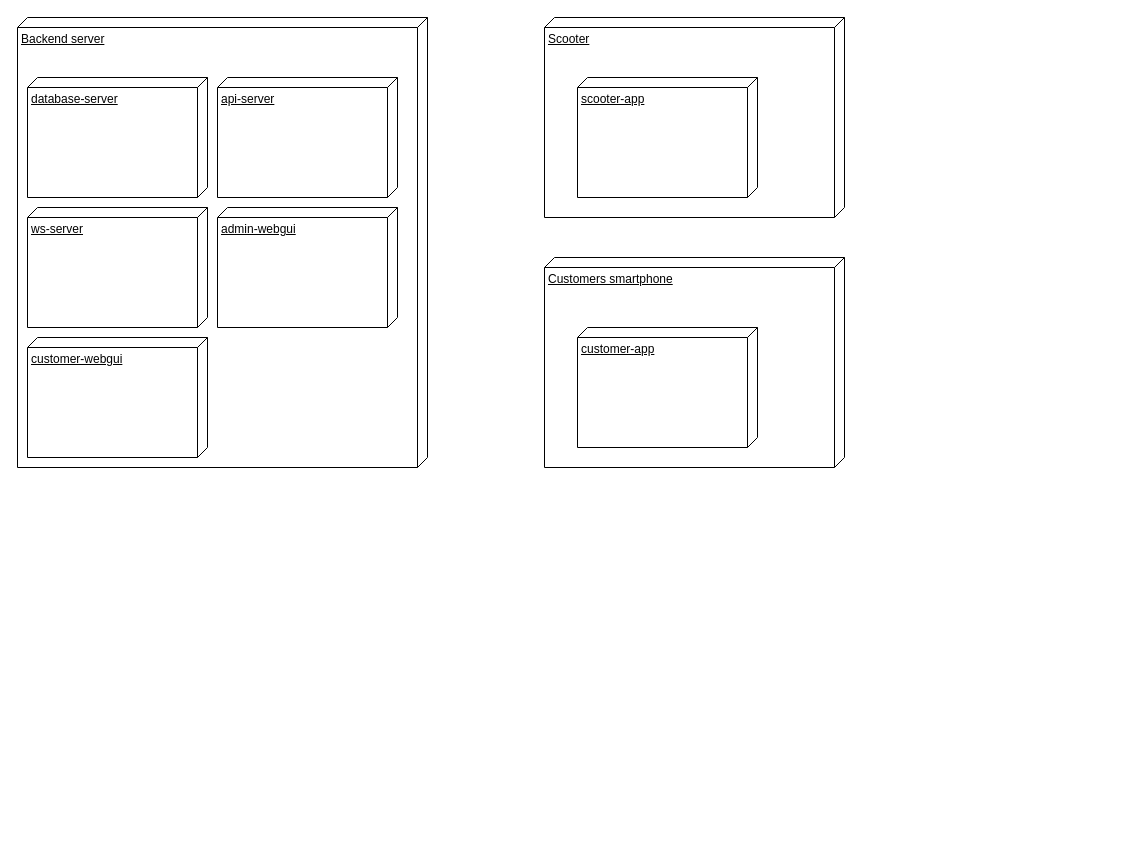
best-scooter/sds keeps this draw.io diagram as deployment-diagram.drawio. Above is the earlier version. Source tidied: cells renumbered, new cells numbered last; positions are measured from the earlier drawing's top-left corner, leaving out a move shared by most shapes. Both pictures are drawn from the tidied source at 100%, with x=0, y=0 at pixel (17, 17).
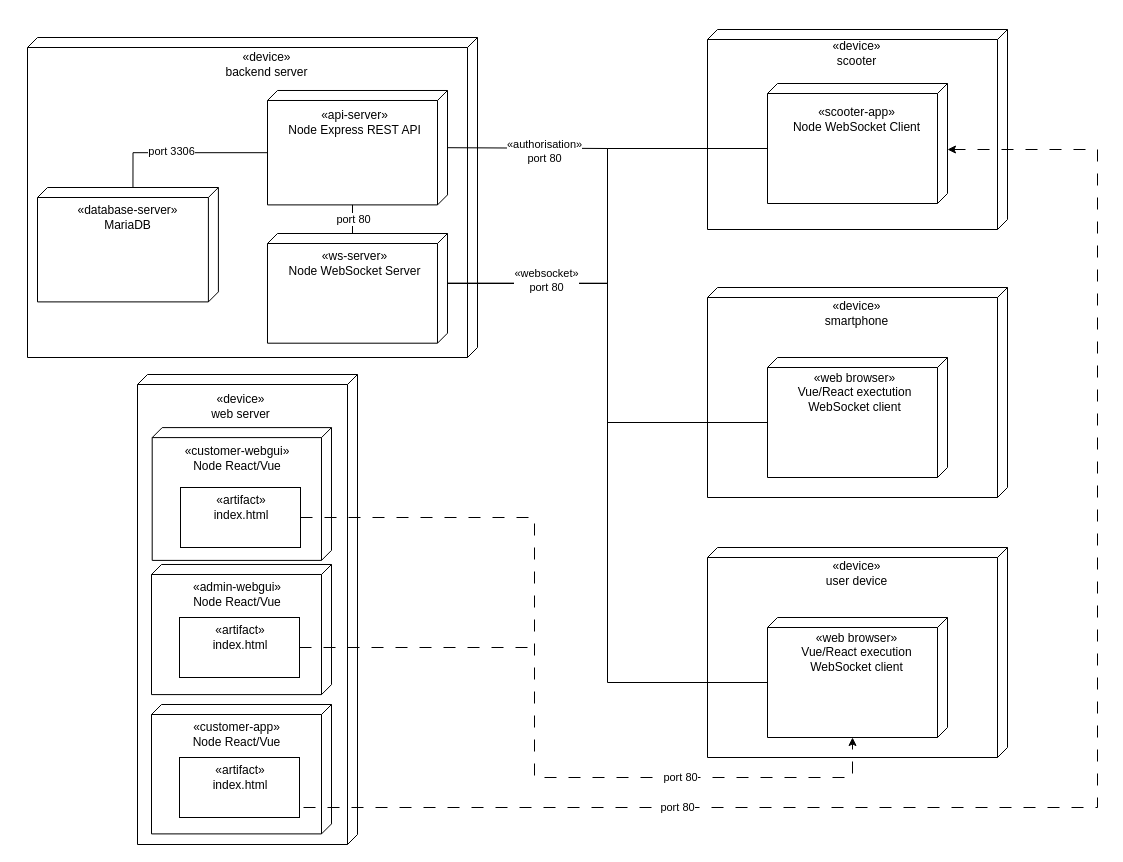
The same diagram, later.

The edit, as a diff of the source:
```diff
@@
-    <mxCell id="2" value="Backend server" style="verticalAlign=top;align=left;spacingTop=8;spacingLeft=2;spacingRight=12;shape=cube;size=10;direction=south;fontStyle=4;html=1;whiteSpace=wrap;" parent="1" vertex="1">
-      <mxGeometry width="410" height="450" as="geometry" />
-    </mxCell>
-    <mxCell id="3" value="Scooter" style="verticalAlign=top;align=left;spacingTop=8;spacingLeft=2;spacingRight=12;shape=cube;size=10;direction=south;fontStyle=4;html=1;whiteSpace=wrap;" parent="1" vertex="1">
-      <mxGeometry x="527" width="300" height="200" as="geometry" />
+    <mxCell id="3" style="verticalAlign=top;align=left;spacingTop=8;spacingLeft=2;spacingRight=12;shape=cube;size=10;direction=south;fontStyle=4;html=1;whiteSpace=wrap;" parent="1" vertex="1">
+      <mxGeometry x="690" y="12" width="300" height="200" as="geometry" />
     </mxCell>
-    <mxCell id="4" value="Customers smartphone" style="verticalAlign=top;align=left;spacingTop=8;spacingLeft=2;spacingRight=12;shape=cube;size=10;direction=south;fontStyle=4;html=1;whiteSpace=wrap;" parent="1" vertex="1">
-      <mxGeometry x="527" y="240" width="300" height="210" as="geometry" />
+    <mxCell id="4" style="verticalAlign=top;align=left;spacingTop=8;spacingLeft=2;spacingRight=12;shape=cube;size=10;direction=south;fontStyle=4;html=1;whiteSpace=wrap;" parent="1" vertex="1">
+      <mxGeometry x="690" y="270" width="300" height="210" as="geometry" />
     </mxCell>
-    <mxCell id="5" value="scooter-app" style="verticalAlign=top;align=left;spacingTop=8;spacingLeft=2;spacingRight=12;shape=cube;size=10;direction=south;fontStyle=4;html=1;whiteSpace=wrap;" parent="1" vertex="1">
-      <mxGeometry x="560" y="60" width="180" height="120" as="geometry" />
+    <mxCell id="5" style="verticalAlign=top;align=left;spacingTop=8;spacingLeft=2;spacingRight=12;shape=cube;size=10;direction=south;fontStyle=4;html=1;whiteSpace=wrap;" parent="1" vertex="1">
+      <mxGeometry x="750" y="66" width="180" height="120" as="geometry" />
     </mxCell>
-    <mxCell id="6" value="customer-app" style="verticalAlign=top;align=left;spacingTop=8;spacingLeft=2;spacingRight=12;shape=cube;size=10;direction=south;fontStyle=4;html=1;whiteSpace=wrap;" parent="1" vertex="1">
-      <mxGeometry x="560" y="310" width="180" height="120" as="geometry" />
+    <mxCell id="6" style="verticalAlign=top;align=left;spacingTop=8;spacingLeft=2;spacingRight=12;shape=cube;size=10;direction=south;fontStyle=4;html=1;whiteSpace=wrap;" parent="1" vertex="1">
+      <mxGeometry x="750" y="340" width="180" height="120" as="geometry" />
     </mxCell>
+    <mxCell id="12" style="group;" parent="1" vertex="1">
+      <mxGeometry x="120" y="367" width="480" height="460" as="geometry" />
+    </mxCell>
+    <mxCell id="13" style="group;" parent="12" vertex="1">
+      <mxGeometry y="-10" width="237.3" height="470" as="geometry" />
+    </mxCell>
+    <mxCell id="14" style="verticalAlign=top;align=left;spacingTop=8;spacingLeft=2;spacingRight=12;shape=cube;size=10;direction=south;fontStyle=4;html=1;whiteSpace=wrap;" parent="13" vertex="1">
+      <mxGeometry width="220" height="470" as="geometry" />
+    </mxCell>
+    <mxCell id="15" style="verticalAlign=top;align=left;spacingTop=8;spacingLeft=2;spacingRight=12;shape=cube;size=10;direction=south;fontStyle=4;html=1;whiteSpace=wrap;" parent="13" vertex="1">
+      <mxGeometry x="14.7" y="53.1" width="179.3" height="132.8" as="geometry" />
+    </mxCell>
+    <mxCell id="16" value="«device»&lt;div&gt;web server&lt;/div&gt;" style="text;html=1;strokeColor=none;fillColor=none;align=center;verticalAlign=middle;whiteSpace=wrap;rounded=0;" parent="13" vertex="1">
+      <mxGeometry x="25.8" y="10" width="155.1" height="43.1" as="geometry" />
+    </mxCell>
+    <mxCell id="17" style="group;" parent="13" vertex="1">
+      <mxGeometry x="7.3" y="283.1" width="230" height="172.5" as="geometry" />
+    </mxCell>
+    <mxCell id="18" style="verticalAlign=top;align=left;spacingTop=8;spacingLeft=2;spacingRight=12;shape=cube;size=10;direction=south;fontStyle=4;html=1;whiteSpace=wrap;" parent="13" vertex="1">
+      <mxGeometry x="14" y="330" width="180" height="129.4" as="geometry" />
+    </mxCell>
+    <mxCell id="19" value="«customer-app»&lt;div&gt;Node React/Vue&lt;br&gt;&lt;/div&gt;" style="text;html=1;strokeColor=none;fillColor=none;align=center;verticalAlign=middle;whiteSpace=wrap;rounded=0;" parent="13" vertex="1">
+      <mxGeometry x="22.4" y="340" width="155.1" height="40" as="geometry" />
+    </mxCell>
+    <mxCell id="20" style="verticalAlign=top;align=left;spacingTop=8;spacingLeft=2;spacingRight=12;shape=cube;size=10;direction=south;fontStyle=4;html=1;whiteSpace=wrap;" parent="13" vertex="1">
+      <mxGeometry x="14" y="190" width="180" height="130.1" as="geometry" />
+    </mxCell>
+    <mxCell id="21" value="«admin-webgui»&lt;div&gt;Node React/Vue&lt;br&gt;&lt;/div&gt;" style="text;html=1;strokeColor=none;fillColor=none;align=center;verticalAlign=middle;whiteSpace=wrap;rounded=0;" parent="13" vertex="1">
+      <mxGeometry x="36.3" y="200" width="128.1" height="40" as="geometry" />
+    </mxCell>
+    <mxCell id="22" value="«customer-webgui»&lt;div&gt;Node React/Vue&lt;br&gt;&lt;/div&gt;" style="text;html=1;strokeColor=none;fillColor=none;align=center;verticalAlign=middle;whiteSpace=wrap;rounded=0;" parent="13" vertex="1">
+      <mxGeometry x="31.8" y="64" width="136.4" height="40" as="geometry" />
+    </mxCell>
+    <mxCell id="23" style="rounded=0;whiteSpace=wrap;html=1;" parent="13" vertex="1">
+      <mxGeometry x="43" y="113" width="120" height="60" as="geometry" />
+    </mxCell>
+    <mxCell id="24" value="«artifact»&lt;div&gt;index.html&lt;br&gt;&lt;/div&gt;" style="text;html=1;strokeColor=none;fillColor=none;align=center;verticalAlign=middle;whiteSpace=wrap;rounded=0;" parent="13" vertex="1">
+      <mxGeometry x="35.8" y="113" width="136.4" height="40" as="geometry" />
+    </mxCell>
+    <mxCell id="25" style="rounded=0;whiteSpace=wrap;html=1;" parent="13" vertex="1">
+      <mxGeometry x="42" y="243" width="120" height="60" as="geometry" />
+    </mxCell>
+    <mxCell id="26" value="«artifact»&lt;div&gt;index.html&lt;br&gt;&lt;/div&gt;" style="text;html=1;strokeColor=none;fillColor=none;align=center;verticalAlign=middle;whiteSpace=wrap;rounded=0;" parent="13" vertex="1">
+      <mxGeometry x="34.8" y="243" width="136.4" height="40" as="geometry" />
+    </mxCell>
+    <mxCell id="27" style="rounded=0;whiteSpace=wrap;html=1;" parent="13" vertex="1">
+      <mxGeometry x="42" y="383" width="120" height="60" as="geometry" />
+    </mxCell>
+    <mxCell id="28" value="«artifact»&lt;div&gt;index.html&lt;br&gt;&lt;/div&gt;" style="text;html=1;strokeColor=none;fillColor=none;align=center;verticalAlign=middle;whiteSpace=wrap;rounded=0;" parent="13" vertex="1">
+      <mxGeometry x="34.8" y="383" width="136.4" height="40" as="geometry" />
+    </mxCell>
+    <mxCell id="29" style="group;" parent="1" vertex="1">
+      <mxGeometry x="10" y="20" width="480" height="350" as="geometry" />
+    </mxCell>
+    <mxCell id="2" style="verticalAlign=top;align=left;spacingTop=8;spacingLeft=2;spacingRight=12;shape=cube;size=10;direction=south;fontStyle=4;html=1;whiteSpace=wrap;" parent="29" vertex="1">
+      <mxGeometry width="450" height="320" as="geometry" />
+    </mxCell>
+    <mxCell id="9" style="verticalAlign=top;align=left;spacingTop=8;spacingLeft=2;spacingRight=12;shape=cube;size=10;direction=south;fontStyle=4;html=1;whiteSpace=wrap;" parent="29" vertex="1">
+      <mxGeometry x="240" y="196" width="180" height="109.7" as="geometry" />
+    </mxCell>
-    <mxCell id="7" value="database-server" style="verticalAlign=top;align=left;spacingTop=8;spacingLeft=2;spacingRight=12;shape=cube;size=10;direction=south;fontStyle=4;html=1;whiteSpace=wrap;" parent="1" vertex="1">
-      <mxGeometry x="10" y="60" width="180" height="120" as="geometry" />
+    <mxCell id="7" style="verticalAlign=top;align=left;spacingTop=8;spacingLeft=2;spacingRight=12;shape=cube;size=10;direction=south;fontStyle=4;html=1;whiteSpace=wrap;" parent="29" vertex="1">
+      <mxGeometry x="10" y="150" width="180.9" height="114.4" as="geometry" />
     </mxCell>
-    <mxCell id="8" value="api-server" style="verticalAlign=top;align=left;spacingTop=8;spacingLeft=2;spacingRight=12;shape=cube;size=10;direction=south;fontStyle=4;html=1;whiteSpace=wrap;" parent="1" vertex="1">
-      <mxGeometry x="200" y="60" width="180" height="120" as="geometry" />
+    <mxCell id="8" style="verticalAlign=top;align=left;spacingTop=8;spacingLeft=2;spacingRight=12;shape=cube;size=10;direction=south;fontStyle=4;html=1;whiteSpace=wrap;" parent="29" vertex="1">
+      <mxGeometry x="240" y="53" width="180" height="114.4" as="geometry" />
     </mxCell>
-    <mxCell id="9" value="ws-server" style="verticalAlign=top;align=left;spacingTop=8;spacingLeft=2;spacingRight=12;shape=cube;size=10;direction=south;fontStyle=4;html=1;whiteSpace=wrap;" parent="1" vertex="1">
-      <mxGeometry x="10" y="190" width="180" height="120" as="geometry" />
-    </mxCell>
-    <mxCell id="10" value="admin-webgui" style="verticalAlign=top;align=left;spacingTop=8;spacingLeft=2;spacingRight=12;shape=cube;size=10;direction=south;fontStyle=4;html=1;whiteSpace=wrap;" parent="1" vertex="1">
-      <mxGeometry x="200" y="190" width="180" height="120" as="geometry" />
-    </mxCell>
-    <mxCell id="11" value="customer-webgui" style="verticalAlign=top;align=left;spacingTop=8;spacingLeft=2;spacingRight=12;shape=cube;size=10;direction=south;fontStyle=4;html=1;whiteSpace=wrap;" parent="1" vertex="1">
-      <mxGeometry x="10" y="320" width="180" height="120" as="geometry" />
-    </mxCell>
+    <mxCell id="30" value="«device»&lt;div&gt;backend server&lt;/div&gt;" style="text;html=1;strokeColor=none;fillColor=none;align=center;verticalAlign=middle;whiteSpace=wrap;rounded=0;" parent="29" vertex="1">
+      <mxGeometry x="162.4" y="10.9" width="155.1" height="32.8" as="geometry" />
+    </mxCell>
+    <mxCell id="31" value="«database-server»&lt;div&gt;MariaDB&lt;br&gt;&lt;/div&gt;" style="text;html=1;strokeColor=none;fillColor=none;align=center;verticalAlign=middle;whiteSpace=wrap;rounded=0;" parent="29" vertex="1">
+      <mxGeometry x="22.9" y="160" width="155.1" height="40" as="geometry" />
+    </mxCell>
+    <mxCell id="32" value="«ws-server»&lt;div&gt;Node WebSocket Server&lt;br&gt;&lt;/div&gt;" style="text;html=1;strokeColor=none;fillColor=none;align=center;verticalAlign=middle;whiteSpace=wrap;rounded=0;" parent="29" vertex="1">
+      <mxGeometry x="249.5" y="206" width="155.1" height="40" as="geometry" />
+    </mxCell>
+    <mxCell id="33" value="«api-server»&lt;div&gt;Node Express REST API&lt;br&gt;&lt;/div&gt;" style="text;html=1;strokeColor=none;fillColor=none;align=center;verticalAlign=middle;whiteSpace=wrap;rounded=0;" parent="29" vertex="1">
+      <mxGeometry x="250.4" y="63" width="155.1" height="44.4" as="geometry" />
+    </mxCell>
+    <mxCell id="34" style="edgeStyle=orthogonalEdgeStyle;rounded=0;jettySize=auto;html=1;exitX=0;exitY=0;exitDx=0;exitDy=85;exitPerimeter=0;entryX=0;entryY=0;entryDx=114.37;entryDy=95;entryPerimeter=0;endArrow=none;endFill=0;" parent="29" edge="1" source="9" target="8">
+      <mxGeometry relative="1" as="geometry" />
+    </mxCell>
+    <mxCell id="35" value="port 80" style="edgeLabel;html=1;align=center;verticalAlign=middle;" parent="34" vertex="1">
+      <mxGeometry x="0.56" relative="1" as="geometry">
+        <mxPoint y="5" as="offset" />
+      </mxGeometry>
+    </mxCell>
+    <mxCell id="36" style="edgeStyle=orthogonalEdgeStyle;rounded=0;jettySize=auto;html=1;exitX=0;exitY=0;exitDx=62.185;exitDy=180;exitPerimeter=0;entryX=0;entryY=0;entryDx=0;entryDy=85.435;entryPerimeter=0;endArrow=none;endFill=0;" parent="29" edge="1" source="8" target="7">
+      <mxGeometry relative="1" as="geometry" />
+    </mxCell>
+    <mxCell id="37" value="port 3306" style="edgeLabel;html=1;align=center;verticalAlign=middle;" parent="36" vertex="1">
+      <mxGeometry x="0.15" y="1" relative="1" as="geometry">
+        <mxPoint y="-3" as="offset" />
+      </mxGeometry>
+    </mxCell>
+    <mxCell id="38" value="&lt;div&gt;«device»&lt;/div&gt;&lt;div&gt;smartphone&lt;br&gt;&lt;/div&gt;" style="text;html=1;strokeColor=none;fillColor=none;align=center;verticalAlign=middle;whiteSpace=wrap;rounded=0;" parent="1" vertex="1">
+      <mxGeometry x="762.4" y="280" width="155.1" height="32.8" as="geometry" />
+    </mxCell>
+    <mxCell id="39" value="«device»&lt;div&gt;scooter&lt;/div&gt;" style="text;html=1;strokeColor=none;fillColor=none;align=center;verticalAlign=middle;whiteSpace=wrap;rounded=0;" parent="1" vertex="1">
+      <mxGeometry x="762.4" y="20" width="155.1" height="32.8" as="geometry" />
+    </mxCell>
+    <mxCell id="40" style="verticalAlign=top;align=left;spacingTop=8;spacingLeft=2;spacingRight=12;shape=cube;size=10;direction=south;fontStyle=4;html=1;whiteSpace=wrap;" parent="1" vertex="1">
+      <mxGeometry x="690" y="530" width="300" height="210" as="geometry" />
+    </mxCell>
+    <mxCell id="41" style="verticalAlign=top;align=left;spacingTop=8;spacingLeft=2;spacingRight=12;shape=cube;size=10;direction=south;fontStyle=4;html=1;whiteSpace=wrap;" parent="1" vertex="1">
+      <mxGeometry x="750" y="600" width="180" height="120" as="geometry" />
+    </mxCell>
+    <mxCell id="42" value="&lt;div&gt;«device»&lt;/div&gt;&lt;div&gt;user device&lt;br&gt;&lt;/div&gt;" style="text;html=1;strokeColor=none;fillColor=none;align=center;verticalAlign=middle;whiteSpace=wrap;rounded=0;" parent="1" vertex="1">
+      <mxGeometry x="762.4" y="540" width="155.1" height="32.8" as="geometry" />
+    </mxCell>
+    <mxCell id="43" value="&lt;div&gt;«web browser»&lt;/div&gt;&lt;div&gt;Vue/React execution&lt;/div&gt;&lt;div&gt;WebSocket client&lt;br&gt;&lt;/div&gt;" style="text;html=1;strokeColor=none;fillColor=none;align=center;verticalAlign=middle;whiteSpace=wrap;rounded=0;" parent="1" vertex="1">
+      <mxGeometry x="762.4" y="610" width="155.1" height="50" as="geometry" />
+    </mxCell>
+    <mxCell id="44" value="«scooter-app»&lt;div&gt;Node WebSocket Client&lt;br&gt;&lt;/div&gt;" style="text;html=1;strokeColor=none;fillColor=none;align=center;verticalAlign=middle;whiteSpace=wrap;rounded=0;" parent="1" vertex="1">
+      <mxGeometry x="762.4" y="80" width="155.1" height="44.4" as="geometry" />
+    </mxCell>
+    <mxCell id="45" value="«web browser»&lt;div&gt;Vue/React exectution&lt;br&gt;WebSocket client&lt;br&gt;&lt;/div&gt;" style="text;html=1;strokeColor=none;fillColor=none;align=center;verticalAlign=middle;whiteSpace=wrap;rounded=0;" parent="1" vertex="1">
+      <mxGeometry x="760" y="350" width="155.1" height="50" as="geometry" />
+    </mxCell>
+    <mxCell id="46" style="edgeStyle=orthogonalEdgeStyle;rounded=0;jettySize=auto;html=1;exitX=0;exitY=0;exitDx=65;exitDy=180;exitPerimeter=0;entryX=0;entryY=0;entryDx=49.85;entryDy=0;entryPerimeter=0;startArrow=none;startFill=0;endArrow=none;endFill=0;" parent="1" edge="1" source="5" target="9">
+      <mxGeometry relative="1" as="geometry" />
+    </mxCell>
+    <mxCell id="47" style="edgeStyle=orthogonalEdgeStyle;rounded=0;jettySize=auto;html=1;exitX=0;exitY=0;exitDx=65;exitDy=180;exitPerimeter=0;entryX=0;entryY=0;entryDx=49.85;entryDy=0;entryPerimeter=0;startArrow=none;startFill=0;endArrow=none;endFill=0;" parent="1" edge="1" source="6" target="9">
+      <mxGeometry relative="1" as="geometry" />
+    </mxCell>
+    <mxCell id="48" style="edgeStyle=orthogonalEdgeStyle;rounded=0;jettySize=auto;html=1;exitX=0;exitY=0;exitDx=65;exitDy=180;exitPerimeter=0;entryX=0;entryY=0;entryDx=49.85;entryDy=0;entryPerimeter=0;startArrow=none;startFill=0;endArrow=none;endFill=0;" parent="1" edge="1" source="41" target="9">
+      <mxGeometry relative="1" as="geometry" />
+    </mxCell>
+    <mxCell id="49" value="&lt;div&gt;«websocket»&lt;/div&gt;&lt;div&gt;port 80&lt;/div&gt;" style="edgeLabel;html=1;align=center;verticalAlign=middle;" parent="48" vertex="1">
+      <mxGeometry x="0.7" y="-3" relative="1" as="geometry">
+        <mxPoint x="-10" as="offset" />
+      </mxGeometry>
+    </mxCell>
+    <mxCell id="50" style="edgeStyle=orthogonalEdgeStyle;rounded=0;jettySize=auto;html=1;exitX=0;exitY=0;exitDx=65;exitDy=180;exitPerimeter=0;endArrow=none;endFill=0;" parent="1" edge="1" source="5" target="8">
+      <mxGeometry relative="1" as="geometry" />
+    </mxCell>
+    <mxCell id="51" value="&lt;div&gt;«authorisation»&lt;/div&gt;&lt;div&gt;port 80&lt;/div&gt;" style="edgeLabel;html=1;align=center;verticalAlign=middle;" parent="50" vertex="1">
+      <mxGeometry x="0.5" y="3" relative="1" as="geometry">
+        <mxPoint x="17" as="offset" />
+      </mxGeometry>
+    </mxCell>
+    <mxCell id="52" style="edgeStyle=orthogonalEdgeStyle;rounded=0;jettySize=auto;html=1;exitX=1;exitY=0.5;exitDx=0;exitDy=0;entryX=0;entryY=0;entryDx=120;entryDy=95;entryPerimeter=0;dashed=1;dashPattern=12 12;" parent="1" edge="1" source="23" target="41">
+      <mxGeometry relative="1" as="geometry">
+        <Array as="points">
+          <mxPoint x="517" y="500" />
+          <mxPoint x="517" y="760" />
+          <mxPoint x="835" y="760" />
+        </Array>
+      </mxGeometry>
+    </mxCell>
+    <mxCell id="53" value="port 80" style="edgeLabel;html=1;align=center;verticalAlign=middle;" parent="52" vertex="1">
+      <mxGeometry x="0.5" y="2" relative="1" as="geometry">
+        <mxPoint y="1" as="offset" />
+      </mxGeometry>
+    </mxCell>
+    <mxCell id="54" style="edgeStyle=orthogonalEdgeStyle;rounded=0;jettySize=auto;html=1;exitX=1;exitY=0.5;exitDx=0;exitDy=0;dashed=1;dashPattern=12 12;endArrow=none;endFill=0;" parent="1" edge="1" source="25">
+      <mxGeometry relative="1" as="geometry">
+        <mxPoint x="516" y="630" as="targetPoint" />
+        <Array as="points">
+          <mxPoint x="516" y="630" />
+        </Array>
+      </mxGeometry>
+    </mxCell>
+    <mxCell id="55" style="edgeStyle=orthogonalEdgeStyle;rounded=0;jettySize=auto;html=1;exitX=1;exitY=0.5;exitDx=0;exitDy=0;dashed=1;dashPattern=12 12;" parent="1" edge="1" source="27" target="5">
+      <mxGeometry relative="1" as="geometry">
+        <Array as="points">
+          <mxPoint x="282" y="790" />
+          <mxPoint x="1080" y="790" />
+          <mxPoint x="1080" y="132" />
+        </Array>
+      </mxGeometry>
+    </mxCell>
+    <mxCell id="56" value="&lt;div&gt;port 80&lt;/div&gt;" style="edgeLabel;html=1;align=center;verticalAlign=middle;" parent="55" vertex="1">
+      <mxGeometry x="-0.51" y="-3" relative="1" as="geometry">
+        <mxPoint x="-1" y="-4" as="offset" />
+      </mxGeometry>
+    </mxCell>
```
